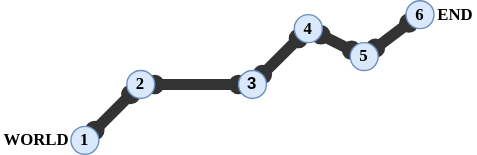
This is robot-mechanics/chain.svg from james-akl/james-akl.github.io, a draw.io export, as it was before one commit. Source tidied: cells renumbered, new cells last; positions are measured from the earlier drawing's top-left corner, leaving out a move shared by most shapes. The source it was exported from:
```xml
<mxGraphModel>
  <root>
    <mxCell id="0" />
    <mxCell id="1" parent="0" />
    <mxCell id="2" style="rounded=0;jettySize=auto;html=1;startArrow=oval;startFill=1;endArrow=oval;endFill=1;strokeWidth=8;strokeColor=#333333;" parent="1" edge="1" source="3" target="5">
      <mxGeometry relative="1" as="geometry" />
    </mxCell>
    <mxCell id="3" value="&lt;font face=&quot;Iosevka&quot;&gt;1&lt;/font&gt;" style="ellipse;whiteSpace=wrap;html=1;fontStyle=1;fillColor=#dae8fc;strokeColor=#6c8ebf;" parent="1" vertex="1">
      <mxGeometry x="50" y="90" width="20" height="20" as="geometry" />
    </mxCell>
    <mxCell id="4" style="edgeStyle=none;rounded=0;jettySize=auto;html=1;startArrow=oval;startFill=1;endArrow=oval;endFill=1;strokeWidth=8;strokeColor=#333333;" parent="1" edge="1" source="5" target="7">
      <mxGeometry relative="1" as="geometry" />
    </mxCell>
    <mxCell id="5" value="&lt;span style=&quot;font-family: &amp;quot;iosevka&amp;quot;&quot;&gt;2&lt;/span&gt;" style="ellipse;whiteSpace=wrap;html=1;fontStyle=1;fillColor=#dae8fc;strokeColor=#6c8ebf;" parent="1" vertex="1">
      <mxGeometry x="90" y="50" width="20" height="20" as="geometry" />
    </mxCell>
    <mxCell id="6" style="edgeStyle=none;rounded=0;jettySize=auto;html=1;startArrow=oval;startFill=1;endArrow=oval;endFill=1;strokeWidth=8;strokeColor=#333333;" parent="1" edge="1" source="7" target="9">
      <mxGeometry relative="1" as="geometry" />
    </mxCell>
    <mxCell id="7" value="3" style="ellipse;whiteSpace=wrap;html=1;fontStyle=1;fillColor=#dae8fc;strokeColor=#6c8ebf;" parent="1" vertex="1">
      <mxGeometry x="170" y="50" width="20" height="20" as="geometry" />
    </mxCell>
    <mxCell id="8" style="edgeStyle=none;rounded=0;jettySize=auto;html=1;startArrow=oval;startFill=1;endArrow=oval;endFill=1;strokeWidth=8;strokeColor=#333333;" parent="1" edge="1" source="9" target="11">
      <mxGeometry relative="1" as="geometry" />
    </mxCell>
    <mxCell id="9" value="&lt;span style=&quot;font-family: &amp;quot;iosevka&amp;quot;&quot;&gt;4&lt;/span&gt;" style="ellipse;whiteSpace=wrap;html=1;fontStyle=1;fillColor=#dae8fc;strokeColor=#6c8ebf;" parent="1" vertex="1">
      <mxGeometry x="210" y="10" width="20" height="20" as="geometry" />
    </mxCell>
    <mxCell id="10" style="edgeStyle=none;rounded=0;jettySize=auto;html=1;startArrow=oval;startFill=1;endArrow=oval;endFill=1;strokeWidth=8;strokeColor=#333333;" parent="1" edge="1" source="11" target="12">
      <mxGeometry relative="1" as="geometry" />
    </mxCell>
    <mxCell id="11" value="&lt;span style=&quot;font-family: &amp;quot;iosevka&amp;quot;&quot;&gt;5&lt;/span&gt;" style="ellipse;whiteSpace=wrap;html=1;fontStyle=1;fillColor=#dae8fc;strokeColor=#6c8ebf;" parent="1" vertex="1">
      <mxGeometry x="250" y="30" width="20" height="20" as="geometry" />
    </mxCell>
    <mxCell id="12" value="&lt;span style=&quot;font-family: &amp;quot;iosevka&amp;quot;&quot;&gt;6&lt;/span&gt;" style="ellipse;whiteSpace=wrap;html=1;fontStyle=1;fillColor=#dae8fc;strokeColor=#6c8ebf;" parent="1" vertex="1">
      <mxGeometry x="290" width="20" height="20" as="geometry" />
    </mxCell>
    <mxCell id="13" value="&lt;span style=&quot;font-family: &amp;quot;iosevka&amp;quot;&quot;&gt;WORLD&lt;/span&gt;" style="text;html=1;align=center;verticalAlign=middle;strokeColor=none;fontStyle=1;" parent="1" vertex="1">
      <mxGeometry y="90" width="50" height="20" as="geometry" />
    </mxCell>
    <mxCell id="14" value="&lt;font face=&quot;iosevka&quot;&gt;END&lt;/font&gt;" style="text;html=1;align=center;verticalAlign=middle;strokeColor=none;fontStyle=1;" parent="1" vertex="1">
      <mxGeometry x="310" width="30" height="20" as="geometry" />
    </mxCell>
  </root>
</mxGraphModel>
```
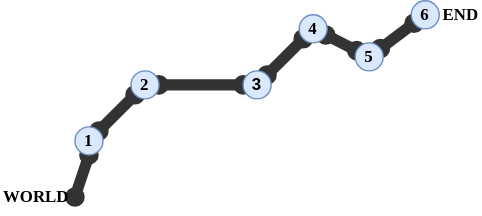
Above is the later version.

The edit, as a diff of the source:
```diff
@@ -2,6 +2,11 @@
   <root>
     <mxCell id="0" />
     <mxCell id="1" parent="0" />
+    <mxCell id="15" style="rounded=0;jettySize=auto;html=1;startArrow=oval;startFill=1;endArrow=oval;endFill=1;strokeWidth=8;strokeColor=#333333;entryX=0.5;entryY=1;entryDx=0;entryDy=0;" parent="1" edge="1" target="3">
+      <mxGeometry relative="1" as="geometry">
+        <mxPoint x="50" y="140" as="sourcePoint" />
+      </mxGeometry>
+    </mxCell>
     <mxCell id="2" style="rounded=0;jettySize=auto;html=1;startArrow=oval;startFill=1;endArrow=oval;endFill=1;strokeWidth=8;strokeColor=#333333;" parent="1" edge="1" source="3" target="5">
       <mxGeometry relative="1" as="geometry" />
     </mxCell>
@@ -36,7 +41,7 @@
       <mxGeometry x="290" width="20" height="20" as="geometry" />
     </mxCell>
     <mxCell id="13" value="&lt;span style=&quot;font-family: &amp;quot;iosevka&amp;quot;&quot;&gt;WORLD&lt;/span&gt;" style="text;html=1;align=center;verticalAlign=middle;strokeColor=none;fontStyle=1;" parent="1" vertex="1">
-      <mxGeometry y="90" width="50" height="20" as="geometry" />
+      <mxGeometry x="-3" y="130" width="50" height="20" as="geometry" />
     </mxCell>
     <mxCell id="14" value="&lt;font face=&quot;iosevka&quot;&gt;END&lt;/font&gt;" style="text;html=1;align=center;verticalAlign=middle;strokeColor=none;fontStyle=1;" parent="1" vertex="1">
       <mxGeometry x="310" width="30" height="20" as="geometry" />
```
